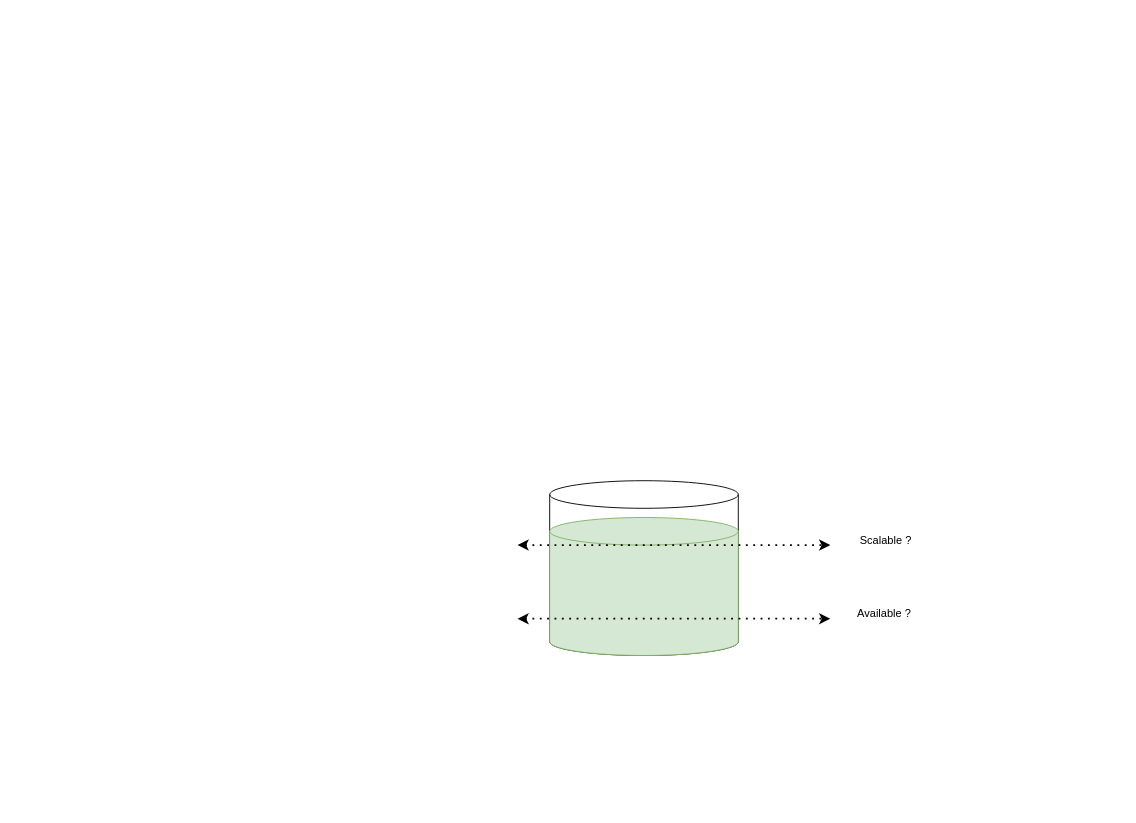
Before: elk_rearchitecture.drawio in jiangtao7/draw.io, a draw.io diagram. Source tidied: cells renumbered, new cells numbered last; positions are measured from the earlier drawing's top-left corner, leaving out a move shared by most shapes. Both pictures are drawn from the tidied source at 92%, with x=0, y=0 at pixel (517, 480).
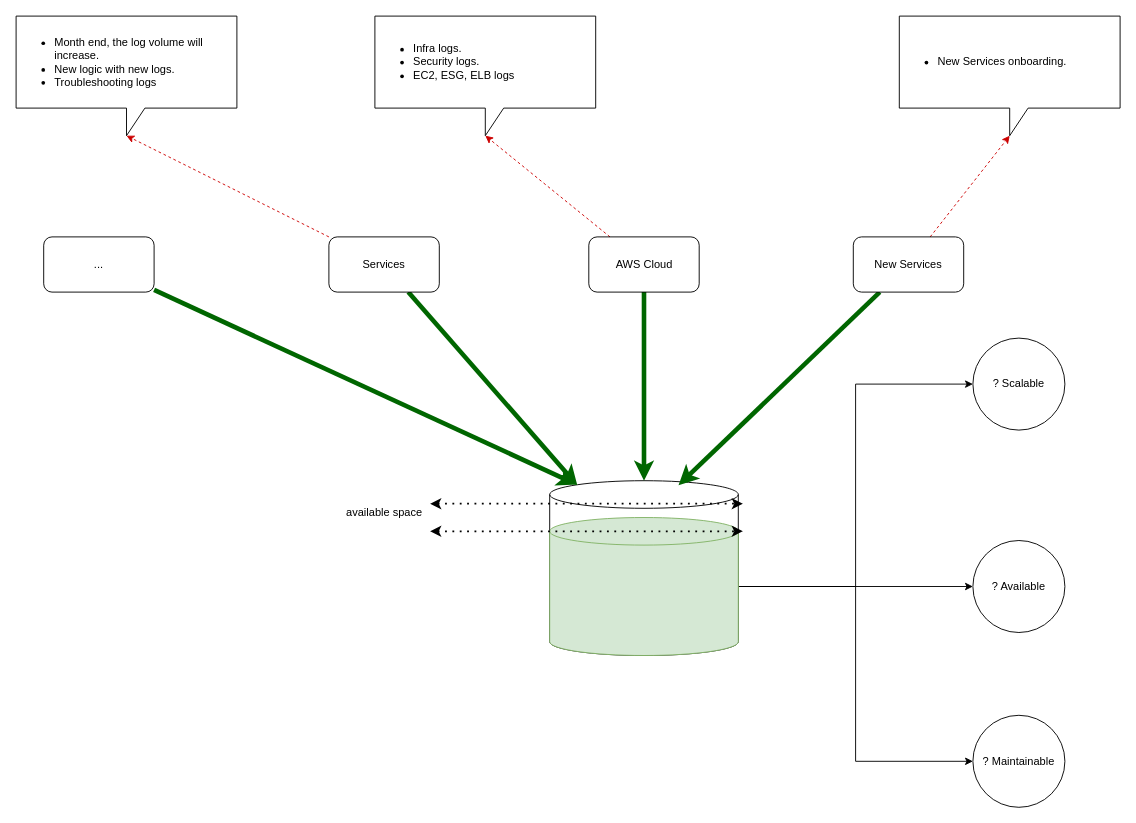
The same page after the edit.

The change refers to these unchanged cells:
```xml
<mxCell id="2" style="shape=cylinder3;whiteSpace=wrap;html=1;boundedLbl=1;backgroundOutline=1;size=15;" parent="1" vertex="1">
  <mxGeometry x="35" width="205" height="190" as="geometry" />
</mxCell>
<mxCell id="3" style="shape=cylinder3;whiteSpace=wrap;html=1;boundedLbl=1;backgroundOutline=1;size=15;fillColor=#d5e8d4;strokeColor=#82b366;" parent="1" vertex="1">
  <mxGeometry x="35" y="40" width="205" height="150" as="geometry" />
</mxCell>
```

Diff of the diagram source:
```diff
@@
+    <mxCell id="8" style="edgeStyle=orthogonalEdgeStyle;rounded=0;jettySize=auto;html=1;entryX=0;entryY=0.5;entryDx=0;entryDy=0;" parent="1" edge="1" source="3" target="11">
+      <mxGeometry relative="1" as="geometry" />
+    </mxCell>
+    <mxCell id="9" style="edgeStyle=orthogonalEdgeStyle;rounded=0;jettySize=auto;html=1;entryX=0;entryY=0.5;entryDx=0;entryDy=0;" parent="1" edge="1" source="3" target="12">
+      <mxGeometry relative="1" as="geometry" />
+    </mxCell>
+    <mxCell id="10" style="edgeStyle=orthogonalEdgeStyle;rounded=0;jettySize=auto;html=1;entryX=0;entryY=0.5;entryDx=0;entryDy=0;" parent="1" edge="1" source="3" target="13">
+      <mxGeometry relative="1" as="geometry" />
+    </mxCell>
@@
     <mxCell id="4" style="endArrow=classic;dashed=1;html=1;dashPattern=1 3;strokeWidth=2;rounded=0;startArrow=classic;startFill=1;endFill=1;" parent="1" edge="1">
       <mxGeometry relative="1" as="geometry">
-        <mxPoint y="70" as="sourcePoint" />
-        <mxPoint x="340" y="70" as="targetPoint" />
+        <mxPoint x="-95" y="25" as="sourcePoint" />
+        <mxPoint x="245" y="25" as="targetPoint" />
       </mxGeometry>
     </mxCell>
-    <mxCell id="5" value="Scalable ?" style="text;html=1;align=center;verticalAlign=middle;strokeColor=none;fillColor=none;" parent="1" vertex="1">
-      <mxGeometry x="360" y="50" width="80" height="30" as="geometry" />
-    </mxCell>
     <mxCell id="6" style="endArrow=classic;dashed=1;html=1;dashPattern=1 3;strokeWidth=2;rounded=0;startArrow=classic;startFill=1;endFill=1;" parent="1" edge="1">
       <mxGeometry relative="1" as="geometry">
-        <mxPoint y="150" as="sourcePoint" />
-        <mxPoint x="340" y="150" as="targetPoint" />
+        <mxPoint x="-95" y="55" as="sourcePoint" />
+        <mxPoint x="245" y="55" as="targetPoint" />
       </mxGeometry>
     </mxCell>
-    <mxCell id="7" value="Available ?&amp;nbsp;" style="text;html=1;align=center;verticalAlign=middle;strokeColor=none;fillColor=none;" parent="1" vertex="1">
-      <mxGeometry x="355" y="130" width="90" height="30" as="geometry" />
-    </mxCell>
+    <mxCell id="11" value="? Scalable" style="ellipse;whiteSpace=wrap;html=1;" parent="1" vertex="1">
+      <mxGeometry x="495" y="-155" width="100" height="100" as="geometry" />
+    </mxCell>
+    <mxCell id="12" value="? Available" style="ellipse;whiteSpace=wrap;html=1;" parent="1" vertex="1">
+      <mxGeometry x="495" y="65" width="100" height="100" as="geometry" />
+    </mxCell>
+    <mxCell id="13" value="? Maintainable" style="ellipse;whiteSpace=wrap;html=1;" parent="1" vertex="1">
+      <mxGeometry x="495" y="255" width="100" height="100" as="geometry" />
+    </mxCell>
+    <mxCell id="14" value="available space" style="text;html=1;align=center;verticalAlign=middle;strokeColor=none;fillColor=none;" parent="1" vertex="1">
+      <mxGeometry x="-200" y="20" width="110" height="30" as="geometry" />
+    </mxCell>
+    <mxCell id="15" style="edgeStyle=none;rounded=0;jettySize=auto;html=1;strokeWidth=5;strokeColor=#006600;" parent="1" edge="1" source="17">
+      <mxGeometry relative="1" as="geometry">
+        <mxPoint x="65" y="5" as="targetPoint" />
+      </mxGeometry>
+    </mxCell>
+    <mxCell id="16" style="edgeStyle=none;rounded=0;jettySize=auto;html=1;entryX=0;entryY=0;entryDx=120;entryDy=130;entryPerimeter=0;dashed=1;strokeColor=#CC0000;" parent="1" edge="1" source="17" target="21">
+      <mxGeometry relative="1" as="geometry" />
+    </mxCell>
+    <mxCell id="17" value="Services" style="rounded=1;whiteSpace=wrap;html=1;" parent="1" vertex="1">
+      <mxGeometry x="-205" y="-265" width="120" height="60" as="geometry" />
+    </mxCell>
+    <mxCell id="18" style="edgeStyle=none;rounded=0;jettySize=auto;html=1;entryX=0.683;entryY=0.026;entryDx=0;entryDy=0;entryPerimeter=0;strokeWidth=5;strokeColor=#006600;" parent="1" edge="1" source="20" target="2">
+      <mxGeometry relative="1" as="geometry" />
+    </mxCell>
+    <mxCell id="19" style="edgeStyle=none;rounded=0;jettySize=auto;html=1;entryX=0;entryY=0;entryDx=120;entryDy=130;entryPerimeter=0;dashed=1;strokeColor=#CC0000;" parent="1" edge="1" source="20" target="26">
+      <mxGeometry relative="1" as="geometry" />
+    </mxCell>
+    <mxCell id="20" value="New Services" style="rounded=1;whiteSpace=wrap;html=1;" parent="1" vertex="1">
+      <mxGeometry x="365" y="-265" width="120" height="60" as="geometry" />
+    </mxCell>
+    <mxCell id="21" value="&lt;ul&gt;&lt;li&gt;Month end, the log volume will increase.&lt;/li&gt;&lt;li&gt;New logic with new logs.&lt;/li&gt;&lt;li&gt;Troubleshooting logs&lt;/li&gt;&lt;/ul&gt;" style="shape=callout;whiteSpace=wrap;html=1;perimeter=calloutPerimeter;align=left;" parent="1" vertex="1">
+      <mxGeometry x="-545" y="-505" width="240" height="130" as="geometry" />
+    </mxCell>
+    <mxCell id="22" style="edgeStyle=none;rounded=0;jettySize=auto;html=1;entryX=0;entryY=0;entryDx=120;entryDy=130;entryPerimeter=0;dashed=1;strokeColor=#CC0000;" parent="1" edge="1" source="24" target="25">
+      <mxGeometry relative="1" as="geometry" />
+    </mxCell>
+    <mxCell id="23" style="edgeStyle=none;rounded=0;jettySize=auto;html=1;entryX=0.5;entryY=0;entryDx=0;entryDy=0;entryPerimeter=0;strokeWidth=5;strokeColor=#006600;" parent="1" edge="1" source="24" target="2">
+      <mxGeometry relative="1" as="geometry" />
+    </mxCell>
+    <mxCell id="24" value="AWS Cloud" style="rounded=1;whiteSpace=wrap;html=1;" parent="1" vertex="1">
+      <mxGeometry x="77.5" y="-265" width="120" height="60" as="geometry" />
+    </mxCell>
+    <mxCell id="25" value="&lt;ul&gt;&lt;li&gt;Infra logs.&lt;/li&gt;&lt;li&gt;Security logs.&lt;/li&gt;&lt;li&gt;EC2, ESG, ELB logs&lt;/li&gt;&lt;/ul&gt;" style="shape=callout;whiteSpace=wrap;html=1;perimeter=calloutPerimeter;align=left;" parent="1" vertex="1">
+      <mxGeometry x="-155" y="-505" width="240" height="130" as="geometry" />
+    </mxCell>
+    <mxCell id="26" value="&lt;ul&gt;&lt;li&gt;New Services onboarding.&lt;/li&gt;&lt;/ul&gt;" style="shape=callout;whiteSpace=wrap;html=1;perimeter=calloutPerimeter;align=left;" parent="1" vertex="1">
+      <mxGeometry x="415" y="-505" width="240" height="130" as="geometry" />
+    </mxCell>
+    <mxCell id="27" style="edgeStyle=none;rounded=0;jettySize=auto;html=1;entryX=0.145;entryY=0;entryDx=0;entryDy=4.35;entryPerimeter=0;strokeWidth=5;strokeColor=#006600;" parent="1" edge="1" source="28" target="2">
+      <mxGeometry relative="1" as="geometry" />
+    </mxCell>
+    <mxCell id="28" value="..." style="rounded=1;whiteSpace=wrap;html=1;" parent="1" vertex="1">
+      <mxGeometry x="-515" y="-265" width="120" height="60" as="geometry" />
+    </mxCell>
```
